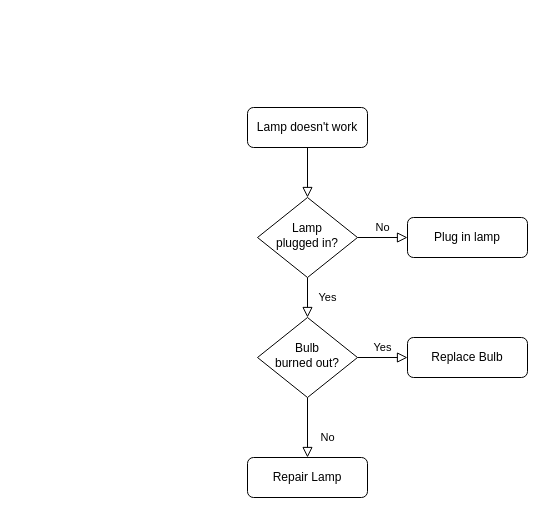
Before: Untitled Diagram.drawio in renatoquiliche/Insurance-Mathematics-Economics-ADR, a draw.io diagram. Source tidied: cells renumbered, new cells numbered last; positions are measured from the earlier drawing's top-left corner, leaving out a move shared by most shapes. Both pictures are drawn from the tidied source at 100%, with x=0, y=0 at pixel (247, 107).
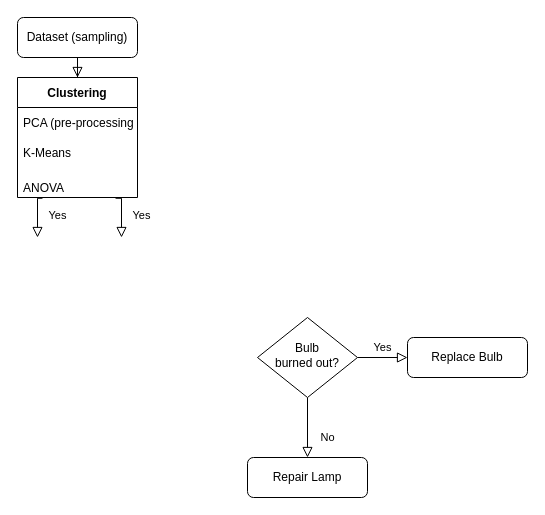
The same diagram, later.

Change to the diagram source:
```diff
@@
 <mxGraphModel>
   <root>
     <mxCell id="0" />
     <mxCell id="1" parent="0" />
-    <mxCell id="2" style="rounded=0;html=1;jettySize=auto;fontSize=11;endArrow=block;endFill=0;endSize=8;strokeWidth=1;shadow=0;labelBackgroundColor=none;edgeStyle=orthogonalEdgeStyle;" parent="1" edge="1" source="3" target="6">
+    <mxCell id="2" style="rounded=0;html=1;jettySize=auto;fontSize=11;endArrow=block;endFill=0;endSize=8;strokeWidth=1;shadow=0;labelBackgroundColor=none;edgeStyle=orthogonalEdgeStyle;entryX=0.5;entryY=0;entryDx=0;entryDy=0;" parent="1" edge="1" source="3" target="15">
       <mxGeometry relative="1" as="geometry" />
     </mxCell>
-    <mxCell id="3" value="Lamp doesn't work" style="rounded=1;whiteSpace=wrap;html=1;fontSize=12;glass=0;strokeWidth=1;shadow=0;" parent="1" vertex="1">
-      <mxGeometry width="120" height="40" as="geometry" />
+    <mxCell id="3" value="Dataset (sampling)" style="rounded=1;whiteSpace=wrap;html=1;fontSize=12;glass=0;strokeWidth=1;shadow=0;" parent="1" vertex="1">
+      <mxGeometry x="-230" y="-90" width="120" height="40" as="geometry" />
     </mxCell>
-    <mxCell id="4" value="Yes" style="rounded=0;html=1;jettySize=auto;fontSize=11;endArrow=block;endFill=0;endSize=8;strokeWidth=1;shadow=0;labelBackgroundColor=none;edgeStyle=orthogonalEdgeStyle;" parent="1" edge="1" source="6" target="10">
-      <mxGeometry y="20" relative="1" as="geometry" />
-    </mxCell>
-    <mxCell id="5" value="No" style="edgeStyle=orthogonalEdgeStyle;rounded=0;html=1;jettySize=auto;fontSize=11;endArrow=block;endFill=0;endSize=8;strokeWidth=1;shadow=0;labelBackgroundColor=none;" parent="1" edge="1" source="6" target="7">
-      <mxGeometry y="10" relative="1" as="geometry" />
-    </mxCell>
-    <mxCell id="6" value="Lamp&lt;br&gt;plugged in?" style="rhombus;whiteSpace=wrap;html=1;shadow=0;fontFamily=Helvetica;fontSize=12;align=center;strokeWidth=1;spacing=6;spacingTop=-4;" parent="1" vertex="1">
-      <mxGeometry x="10" y="90" width="100" height="80" as="geometry" />
-    </mxCell>
-    <mxCell id="7" value="Plug in lamp" style="rounded=1;whiteSpace=wrap;html=1;fontSize=12;glass=0;strokeWidth=1;shadow=0;" parent="1" vertex="1">
-      <mxGeometry x="160" y="110" width="120" height="40" as="geometry" />
-    </mxCell>
     <mxCell id="8" value="No" style="rounded=0;html=1;jettySize=auto;fontSize=11;endArrow=block;endFill=0;endSize=8;strokeWidth=1;shadow=0;labelBackgroundColor=none;edgeStyle=orthogonalEdgeStyle;" parent="1" edge="1" source="10" target="11">
       <mxGeometry x="0.33" y="20" relative="1" as="geometry" />
     </mxCell>
     <mxCell id="9" value="Yes" style="edgeStyle=orthogonalEdgeStyle;rounded=0;html=1;jettySize=auto;fontSize=11;endArrow=block;endFill=0;endSize=8;strokeWidth=1;shadow=0;labelBackgroundColor=none;" parent="1" edge="1" source="10" target="12">
       <mxGeometry y="10" relative="1" as="geometry" />
     </mxCell>
     <mxCell id="10" value="Bulb&lt;br&gt;burned out?" style="rhombus;whiteSpace=wrap;html=1;shadow=0;fontFamily=Helvetica;fontSize=12;align=center;strokeWidth=1;spacing=6;spacingTop=-4;" parent="1" vertex="1">
       <mxGeometry x="10" y="210" width="100" height="80" as="geometry" />
     </mxCell>
     <mxCell id="11" value="Repair Lamp" style="rounded=1;whiteSpace=wrap;html=1;fontSize=12;glass=0;strokeWidth=1;shadow=0;" parent="1" vertex="1">
       <mxGeometry y="350" width="120" height="40" as="geometry" />
     </mxCell>
     <mxCell id="12" value="Replace Bulb" style="rounded=1;whiteSpace=wrap;html=1;fontSize=12;glass=0;strokeWidth=1;shadow=0;" parent="1" vertex="1">
       <mxGeometry x="160" y="230" width="120" height="40" as="geometry" />
     </mxCell>
+    <mxCell id="13" value="Yes" style="rounded=0;html=1;jettySize=auto;fontSize=11;endArrow=block;endFill=0;endSize=8;strokeWidth=1;shadow=0;labelBackgroundColor=none;edgeStyle=orthogonalEdgeStyle;exitX=0.817;exitY=1.025;exitDx=0;exitDy=0;exitPerimeter=0;" parent="1" edge="1" source="18">
+      <mxGeometry y="20" relative="1" as="geometry">
+        <mxPoint x="-126" y="130" as="targetPoint" />
+      </mxGeometry>
+    </mxCell>
+    <mxCell id="14" value="Yes" style="rounded=0;html=1;jettySize=auto;fontSize=11;endArrow=block;endFill=0;endSize=8;strokeWidth=1;shadow=0;labelBackgroundColor=none;edgeStyle=orthogonalEdgeStyle;exitX=0.208;exitY=1.025;exitDx=0;exitDy=0;exitPerimeter=0;" parent="1" edge="1" source="18">
+      <mxGeometry y="20" relative="1" as="geometry">
+        <mxPoint x="-210" y="130" as="targetPoint" />
+      </mxGeometry>
+    </mxCell>
+    <mxCell id="15" value="Clustering" style="swimlane;fontStyle=1;horizontal=1;startSize=30;" parent="1" vertex="1">
+      <mxGeometry x="-230" y="-30" width="120" height="120" as="geometry" />
+    </mxCell>
+    <mxCell id="16" value="PCA (pre-processing)" style="text;strokeColor=none;fillColor=none;align=left;verticalAlign=middle;spacingLeft=4;spacingRight=4;overflow=hidden;" parent="15" vertex="1">
+      <mxGeometry y="30" width="120" height="30" as="geometry" />
+    </mxCell>
+    <mxCell id="17" value="K-Means" style="text;strokeColor=none;fillColor=none;align=left;verticalAlign=middle;spacingLeft=4;spacingRight=4;overflow=hidden;" parent="15" vertex="1">
+      <mxGeometry y="60" width="120" height="30" as="geometry" />
+    </mxCell>
+    <mxCell id="18" value="ANOVA" style="text;strokeColor=none;fillColor=none;align=left;verticalAlign=bottom;spacingLeft=4;spacingRight=4;overflow=hidden;points=[[0,0.5],[1,0.5]];portConstraint=eastwest;" parent="15" vertex="1">
+      <mxGeometry y="90" width="120" height="30" as="geometry" />
+    </mxCell>
   </root>
 </mxGraphModel>
```
